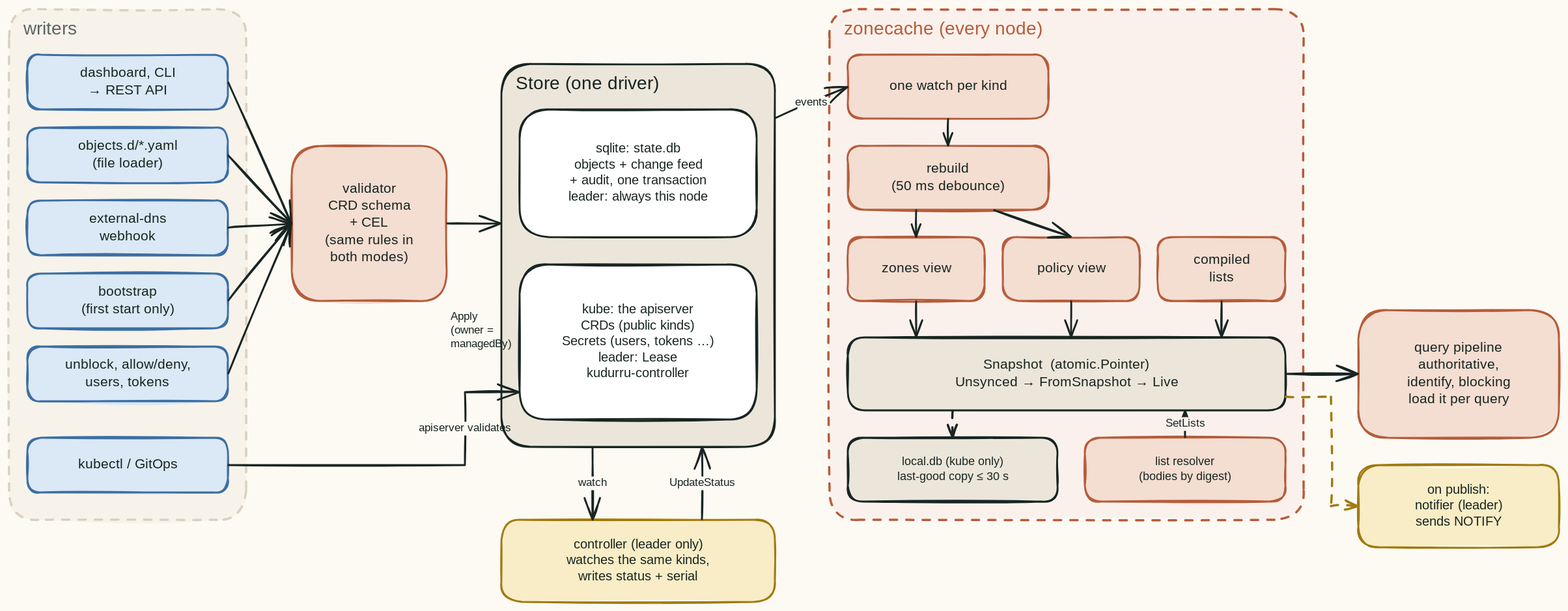
The Excalidraw diagram docs/architecture/diagrams/config-flow.excalidraw.svg in robertherbaugh/kudurru, before a commit. Source tidied: one line per element, renumbered; positions are measured from the earlier drawing's top-left corner, leaving out a move shared by most shapes. The source it was exported from:
```json
{"id": 0, "type": "rectangle", "strokeColor": "#D9D1C2", "backgroundColor": "#F7F3EA", "fillStyle": "solid", "strokeWidth": 2, "strokeStyle": "dashed", "roughness": 1, "round": true, "x": 0, "y": 0, "width": 260, "height": 560}
{"id": 1, "type": "text", "text": "writers", "strokeColor": "#5b6664", "strokeWidth": 2, "roughness": 1, "fontSize": 20, "fontFamily": 5, "x": 16, "y": 10, "width": 56, "height": 25}
{"id": 2, "type": "rectangle", "strokeColor": "#3b6ea5", "backgroundColor": "#dbe8f5", "fillStyle": "solid", "strokeWidth": 2, "roughness": 1, "round": true, "x": 20, "y": 50, "width": 220, "height": 60}
{"id": 3, "type": "rectangle", "strokeColor": "#3b6ea5", "backgroundColor": "#dbe8f5", "fillStyle": "solid", "strokeWidth": 2, "roughness": 1, "round": true, "x": 20, "y": 130, "width": 220, "height": 60}
{"id": 4, "type": "rectangle", "strokeColor": "#3b6ea5", "backgroundColor": "#dbe8f5", "fillStyle": "solid", "strokeWidth": 2, "roughness": 1, "round": true, "x": 20, "y": 210, "width": 220, "height": 60}
{"id": 5, "type": "rectangle", "strokeColor": "#3b6ea5", "backgroundColor": "#dbe8f5", "fillStyle": "solid", "strokeWidth": 2, "roughness": 1, "round": true, "x": 20, "y": 290, "width": 220, "height": 60}
{"id": 6, "type": "rectangle", "strokeColor": "#3b6ea5", "backgroundColor": "#dbe8f5", "fillStyle": "solid", "strokeWidth": 2, "roughness": 1, "round": true, "x": 20, "y": 370, "width": 220, "height": 60}
{"id": 7, "type": "rectangle", "strokeColor": "#3b6ea5", "backgroundColor": "#dbe8f5", "fillStyle": "solid", "strokeWidth": 2, "roughness": 1, "round": true, "x": 20, "y": 470, "width": 220, "height": 60}
{"id": 8, "type": "rectangle", "strokeColor": "#B65C3A", "backgroundColor": "#f4ddd1", "fillStyle": "solid", "strokeWidth": 2, "roughness": 1, "round": true, "x": 310, "y": 150, "width": 170, "height": 170}
{"id": 9, "type": "arrow", "strokeColor": "#182522", "strokeWidth": 2, "roughness": 1, "endArrowhead": "arrow", "to": 8, "x": 240, "y": 80, "width": 69, "height": 154, "points": [[0, 0], [69, 154]]}
{"id": 10, "type": "arrow", "strokeColor": "#182522", "strokeWidth": 2, "roughness": 1, "endArrowhead": "arrow", "to": 8, "x": 240, "y": 160, "width": 69, "height": 74, "points": [[0, 0], [69, 74]]}
{"id": 11, "type": "arrow", "strokeColor": "#182522", "strokeWidth": 2, "roughness": 1, "endArrowhead": "arrow", "to": 8, "x": 240, "y": 240, "width": 69, "height": 4, "points": [[0, 0], [69, -4]]}
{"id": 12, "type": "arrow", "strokeColor": "#182522", "strokeWidth": 2, "roughness": 1, "endArrowhead": "arrow", "to": 8, "x": 240, "y": 320, "width": 69, "height": 84, "points": [[0, 0], [69, -84]]}
{"id": 13, "type": "arrow", "strokeColor": "#182522", "strokeWidth": 2, "roughness": 1, "endArrowhead": "arrow", "to": 8, "x": 240, "y": 400, "width": 69, "height": 164, "points": [[0, 0], [69, -164]]}
{"id": 14, "type": "rectangle", "strokeColor": "#182522", "backgroundColor": "#ece6da", "fillStyle": "solid", "strokeWidth": 2, "roughness": 1, "round": true, "x": 540, "y": 60, "width": 300, "height": 420}
{"id": 15, "type": "text", "text": "Store (one driver)", "strokeColor": "#182522", "strokeWidth": 2, "roughness": 1, "fontSize": 20, "fontFamily": 5, "x": 556, "y": 70, "width": 142, "height": 25}
{"id": 16, "type": "rectangle", "strokeColor": "#182522", "backgroundColor": "#ffffff", "fillStyle": "solid", "strokeWidth": 2, "roughness": 1, "round": true, "x": 560, "y": 110, "width": 260, "height": 140}
{"id": 17, "type": "rectangle", "strokeColor": "#182522", "backgroundColor": "#ffffff", "fillStyle": "solid", "strokeWidth": 2, "roughness": 1, "round": true, "x": 560, "y": 280, "width": 260, "height": 170}
{"id": 18, "type": "arrow", "strokeColor": "#182522", "strokeWidth": 2, "roughness": 1, "endArrowhead": "arrow", "from": 8, "to": 14, "x": 480, "y": 235, "width": 59, "height": 0, "points": [[0, 0], [59, 0]]}
{"id": 19, "type": "text", "text": "Apply\n(owner =\nmanagedBy)", "strokeColor": "#182522", "strokeWidth": 2, "roughness": 1, "fontSize": 12, "fontFamily": 5, "x": 484, "y": 330, "width": 61, "height": 45}
{"id": 20, "type": "arrow", "strokeColor": "#182522", "strokeWidth": 2, "roughness": 1, "endArrowhead": "arrow", "from": 7, "to": 17, "x": 240, "y": 500, "width": 319, "height": 80, "points": [[0, 0], [260, 0], [260, -80], [319, -80]]}
{"id": 21, "type": "rectangle", "strokeColor": "#B65C3A", "backgroundColor": "#fbf1ec", "fillStyle": "solid", "strokeWidth": 2, "strokeStyle": "dashed", "roughness": 1, "round": true, "x": 900, "y": 0, "width": 520, "height": 560}
{"id": 22, "type": "text", "text": "zonecache (every node)", "strokeColor": "#B65C3A", "strokeWidth": 2, "roughness": 1, "fontSize": 20, "fontFamily": 5, "x": 916, "y": 10, "width": 190, "height": 25}
{"id": 23, "type": "rectangle", "strokeColor": "#B65C3A", "backgroundColor": "#f4ddd1", "fillStyle": "solid", "strokeWidth": 2, "roughness": 1, "round": true, "x": 920, "y": 50, "width": 220, "height": 70}
{"id": 24, "type": "rectangle", "strokeColor": "#B65C3A", "backgroundColor": "#f4ddd1", "fillStyle": "solid", "strokeWidth": 2, "roughness": 1, "round": true, "x": 920, "y": 150, "width": 220, "height": 70}
{"id": 25, "type": "rectangle", "strokeColor": "#B65C3A", "backgroundColor": "#f4ddd1", "fillStyle": "solid", "strokeWidth": 2, "roughness": 1, "round": true, "x": 920, "y": 250, "width": 150, "height": 70}
{"id": 26, "type": "rectangle", "strokeColor": "#B65C3A", "backgroundColor": "#f4ddd1", "fillStyle": "solid", "strokeWidth": 2, "roughness": 1, "round": true, "x": 1090, "y": 250, "width": 150, "height": 70}
{"id": 27, "type": "rectangle", "strokeColor": "#B65C3A", "backgroundColor": "#f4ddd1", "fillStyle": "solid", "strokeWidth": 2, "roughness": 1, "round": true, "x": 1260, "y": 250, "width": 140, "height": 70}
{"id": 28, "type": "rectangle", "strokeColor": "#182522", "backgroundColor": "#ece6da", "fillStyle": "solid", "strokeWidth": 2, "roughness": 1, "round": true, "x": 920, "y": 360, "width": 480, "height": 80}
{"id": 29, "type": "rectangle", "strokeColor": "#182522", "backgroundColor": "#ece6da", "fillStyle": "solid", "strokeWidth": 2, "roughness": 1, "round": true, "x": 920, "y": 470, "width": 230, "height": 70}
{"id": 30, "type": "rectangle", "strokeColor": "#B65C3A", "backgroundColor": "#f4ddd1", "fillStyle": "solid", "strokeWidth": 2, "roughness": 1, "round": true, "x": 1180, "y": 470, "width": 220, "height": 70}
{"id": 31, "type": "arrow", "strokeColor": "#182522", "strokeWidth": 2, "roughness": 1, "endArrowhead": "arrow", "from": 14, "to": 23, "x": 840, "y": 120, "width": 79, "height": 34, "points": [[0, 0], [79, -34]]}
{"id": 32, "type": "arrow", "strokeColor": "#182522", "strokeWidth": 2, "roughness": 1, "endArrowhead": "arrow", "from": 23, "to": 24, "x": 1030, "y": 120, "width": 0, "height": 29, "points": [[0, 0], [0, 29]]}
{"id": 33, "type": "arrow", "strokeColor": "#182522", "strokeWidth": 2, "roughness": 1, "endArrowhead": "arrow", "from": 24, "to": 25, "x": 995, "y": 220, "width": 0, "height": 29, "points": [[0, 0], [0, 29]]}
{"id": 34, "type": "arrow", "strokeColor": "#182522", "strokeWidth": 2, "roughness": 1, "endArrowhead": "arrow", "from": 24, "to": 26, "x": 1080, "y": 220, "width": 84, "height": 29, "points": [[0, 0], [84, 29]]}
{"id": 35, "type": "arrow", "strokeColor": "#182522", "strokeWidth": 2, "roughness": 1, "endArrowhead": "arrow", "from": 25, "to": 28, "x": 995, "y": 320, "width": 0, "height": 39, "points": [[0, 0], [0, 39]]}
{"id": 36, "type": "arrow", "strokeColor": "#182522", "strokeWidth": 2, "roughness": 1, "endArrowhead": "arrow", "from": 26, "to": 28, "x": 1165, "y": 320, "width": 0, "height": 39, "points": [[0, 0], [0, 39]]}
{"id": 37, "type": "arrow", "strokeColor": "#182522", "strokeWidth": 2, "roughness": 1, "endArrowhead": "arrow", "from": 27, "to": 28, "x": 1330, "y": 320, "width": 0, "height": 39, "points": [[0, 0], [0, 39]]}
{"id": 38, "type": "arrow", "strokeColor": "#182522", "strokeWidth": 2, "roughness": 1, "endArrowhead": "arrow", "from": 30, "to": 28, "x": 1290, "y": 470, "width": 0, "height": 29, "points": [[0, 0], [0, -29]]}
{"id": 39, "type": "arrow", "strokeColor": "#182522", "strokeWidth": 2, "strokeStyle": "dashed", "roughness": 1, "endArrowhead": "arrow", "from": 28, "to": 29, "x": 1035, "y": 440, "width": 0, "height": 29, "points": [[0, 0], [0, 29]]}
{"id": 40, "type": "rectangle", "strokeColor": "#B65C3A", "backgroundColor": "#f4ddd1", "fillStyle": "solid", "strokeWidth": 2, "roughness": 1, "round": true, "x": 1480, "y": 330, "width": 220, "height": 140}
{"id": 41, "type": "arrow", "strokeColor": "#182522", "strokeWidth": 2, "roughness": 1, "endArrowhead": "arrow", "from": 28, "to": 40, "x": 1400, "y": 400, "width": 79, "height": 0, "points": [[0, 0], [79, 0]]}
{"id": 42, "type": "rectangle", "strokeColor": "#a07a10", "backgroundColor": "#f8edc6", "fillStyle": "solid", "strokeWidth": 2, "roughness": 1, "round": true, "x": 1480, "y": 500, "width": 220, "height": 90}
{"id": 43, "type": "arrow", "strokeColor": "#a07a10", "strokeWidth": 2, "strokeStyle": "dashed", "roughness": 1, "endArrowhead": "arrow", "from": 28, "to": 42, "x": 1400, "y": 425, "width": 79, "height": 120, "points": [[0, 0], [50, 0], [50, 120], [79, 120]]}
{"id": 44, "type": "rectangle", "strokeColor": "#a07a10", "backgroundColor": "#f8edc6", "fillStyle": "solid", "strokeWidth": 2, "roughness": 1, "round": true, "x": 540, "y": 560, "width": 300, "height": 90}
{"id": 45, "type": "arrow", "strokeColor": "#182522", "strokeWidth": 2, "roughness": 1, "endArrowhead": "arrow", "from": 14, "to": 44, "x": 640, "y": 480, "width": 0, "height": 79, "points": [[0, 0], [0, 79]]}
{"id": 46, "type": "arrow", "strokeColor": "#182522", "strokeWidth": 2, "roughness": 1, "endArrowhead": "arrow", "from": 44, "to": 14, "x": 760, "y": 560, "width": 0, "height": 79, "points": [[0, 0], [0, -79]]}
{"id": 47, "type": "text", "text": "dashboard, CLI\n→ REST API", "strokeColor": "#182522", "strokeWidth": 2, "roughness": 1, "fontSize": 15, "fontFamily": 5, "textAlign": "center", "verticalAlign": "middle", "inside": 2, "x": 83, "y": 61, "width": 93, "height": 38}
{"id": 48, "type": "text", "text": "objects.d/*.yaml\n(file loader)", "strokeColor": "#182522", "strokeWidth": 2, "roughness": 1, "fontSize": 15, "fontFamily": 5, "textAlign": "center", "verticalAlign": "middle", "inside": 3, "x": 80, "y": 141, "width": 99, "height": 38}
{"id": 49, "type": "text", "text": "external-dns\nwebhook", "strokeColor": "#182522", "strokeWidth": 2, "roughness": 1, "fontSize": 15, "fontFamily": 5, "textAlign": "center", "verticalAlign": "middle", "inside": 4, "x": 93, "y": 221, "width": 74, "height": 38}
{"id": 50, "type": "text", "text": "bootstrap\n(first start only)", "strokeColor": "#182522", "strokeWidth": 2, "roughness": 1, "fontSize": 15, "fontFamily": 5, "textAlign": "center", "verticalAlign": "middle", "inside": 5, "x": 83, "y": 301, "width": 94, "height": 38}
{"id": 51, "type": "text", "text": "unblock, allow/deny,\nusers, tokens", "strokeColor": "#182522", "strokeWidth": 2, "roughness": 1, "fontSize": 15, "fontFamily": 5, "textAlign": "center", "verticalAlign": "middle", "inside": 6, "x": 67, "y": 381, "width": 125, "height": 38}
{"id": 52, "type": "text", "text": "kubectl / GitOps", "strokeColor": "#182522", "strokeWidth": 2, "roughness": 1, "fontSize": 15, "fontFamily": 5, "textAlign": "center", "verticalAlign": "middle", "inside": 7, "x": 80, "y": 491, "width": 99, "height": 19}
{"id": 53, "type": "text", "text": "validator\nCRD schema\n+ CEL\n(same rules in\nboth modes)", "strokeColor": "#182522", "strokeWidth": 2, "roughness": 1, "fontSize": 15, "fontFamily": 5, "textAlign": "center", "verticalAlign": "middle", "inside": 8, "x": 353, "y": 188, "width": 84, "height": 94}
{"id": 54, "type": "text", "text": "sqlite: state.db\nobjects + change feed\n+ audit, one transaction\nleader: always this node", "strokeColor": "#182522", "strokeWidth": 2, "roughness": 1, "fontSize": 14, "fontFamily": 5, "textAlign": "center", "verticalAlign": "middle", "inside": 16, "x": 623, "y": 145, "width": 135, "height": 70}
{"id": 55, "type": "text", "text": "kube: the apiserver\nCRDs (public kinds)\nSecrets (users, tokens …)\nleader: Lease\nkudurru-controller", "strokeColor": "#182522", "strokeWidth": 2, "roughness": 1, "fontSize": 14, "fontFamily": 5, "textAlign": "center", "verticalAlign": "middle", "inside": 17, "x": 618, "y": 321, "width": 143, "height": 88}
{"id": 56, "type": "text", "text": "apiserver validates", "strokeColor": "#182522", "strokeWidth": 2, "roughness": 1, "fontSize": 12, "fontFamily": 5, "textAlign": "center", "verticalAlign": "middle", "inside": 20, "x": 455, "y": 452, "width": 90, "height": 15}
{"id": 57, "type": "text", "text": "one watch per kind", "strokeColor": "#182522", "strokeWidth": 2, "roughness": 1, "fontSize": 15, "fontFamily": 5, "textAlign": "center", "verticalAlign": "middle", "inside": 23, "x": 973, "y": 76, "width": 115, "height": 19}
{"id": 58, "type": "text", "text": "rebuild\n(50 ms debounce)", "strokeColor": "#182522", "strokeWidth": 2, "roughness": 1, "fontSize": 15, "fontFamily": 5, "textAlign": "center", "verticalAlign": "middle", "inside": 24, "x": 976, "y": 166, "width": 107, "height": 38}
{"id": 59, "type": "text", "text": "zones view", "strokeColor": "#182522", "strokeWidth": 2, "roughness": 1, "fontSize": 15, "fontFamily": 5, "textAlign": "center", "verticalAlign": "middle", "inside": 25, "x": 961, "y": 276, "width": 67, "height": 19}
{"id": 60, "type": "text", "text": "policy view", "strokeColor": "#182522", "strokeWidth": 2, "roughness": 1, "fontSize": 15, "fontFamily": 5, "textAlign": "center", "verticalAlign": "middle", "inside": 26, "x": 1130, "y": 276, "width": 70, "height": 19}
{"id": 61, "type": "text", "text": "compiled\nlists", "strokeColor": "#182522", "strokeWidth": 2, "roughness": 1, "fontSize": 15, "fontFamily": 5, "textAlign": "center", "verticalAlign": "middle", "inside": 27, "x": 1302, "y": 266, "width": 56, "height": 38}
{"id": 62, "type": "text", "text": "Snapshot  (atomic.Pointer)\nUnsynced → FromSnapshot → Live", "strokeColor": "#182522", "strokeWidth": 2, "roughness": 1, "fontSize": 15, "fontFamily": 5, "textAlign": "center", "verticalAlign": "middle", "inside": 28, "x": 1050, "y": 381, "width": 220, "height": 38}
{"id": 63, "type": "text", "text": "local.db (kube only)\nlast-good copy ≤ 30 s", "strokeColor": "#182522", "strokeWidth": 2, "roughness": 1, "fontSize": 13, "fontFamily": 5, "textAlign": "center", "verticalAlign": "middle", "inside": 29, "x": 979, "y": 489, "width": 112, "height": 32}
{"id": 64, "type": "text", "text": "list resolver\n(bodies by digest)", "strokeColor": "#182522", "strokeWidth": 2, "roughness": 1, "fontSize": 13, "fontFamily": 5, "textAlign": "center", "verticalAlign": "middle", "inside": 30, "x": 1243, "y": 489, "width": 93, "height": 32}
{"id": 65, "type": "text", "text": "events", "strokeColor": "#182522", "strokeWidth": 2, "roughness": 1, "fontSize": 12, "fontFamily": 5, "textAlign": "center", "verticalAlign": "middle", "inside": 31, "x": 865, "y": 95, "width": 31, "height": 15}
{"id": 66, "type": "text", "text": "SetLists", "strokeColor": "#182522", "strokeWidth": 2, "roughness": 1, "fontSize": 12, "fontFamily": 5, "textAlign": "center", "verticalAlign": "middle", "inside": 38, "x": 1271, "y": 448, "width": 39, "height": 15}
{"id": 67, "type": "text", "text": "query pipeline\nauthoritative,\nidentify, blocking\nload it per query", "strokeColor": "#182522", "strokeWidth": 2, "roughness": 1, "fontSize": 15, "fontFamily": 5, "textAlign": "center", "verticalAlign": "middle", "inside": 40, "x": 1537, "y": 362, "width": 106, "height": 75}
{"id": 68, "type": "text", "text": "on publish:\nnotifier (leader)\nsends NOTIFY", "strokeColor": "#182522", "strokeWidth": 2, "roughness": 1, "fontSize": 14, "fontFamily": 5, "textAlign": "center", "verticalAlign": "middle", "inside": 42, "x": 1546, "y": 519, "width": 88, "height": 52}
{"id": 69, "type": "text", "text": "controller (leader only)\nwatches the same kinds,\nwrites status + serial", "strokeColor": "#182522", "strokeWidth": 2, "roughness": 1, "fontSize": 14, "fontFamily": 5, "textAlign": "center", "verticalAlign": "middle", "inside": 44, "x": 622, "y": 579, "width": 135, "height": 52}
{"id": 70, "type": "text", "text": "watch", "strokeColor": "#182522", "strokeWidth": 2, "roughness": 1, "fontSize": 12, "fontFamily": 5, "textAlign": "center", "verticalAlign": "middle", "inside": 45, "x": 626, "y": 512, "width": 29, "height": 15}
{"id": 71, "type": "text", "text": "UpdateStatus", "strokeColor": "#182522", "strokeWidth": 2, "roughness": 1, "fontSize": 12, "fontFamily": 5, "textAlign": "center", "verticalAlign": "middle", "inside": 46, "x": 728, "y": 512, "width": 64, "height": 15}
```
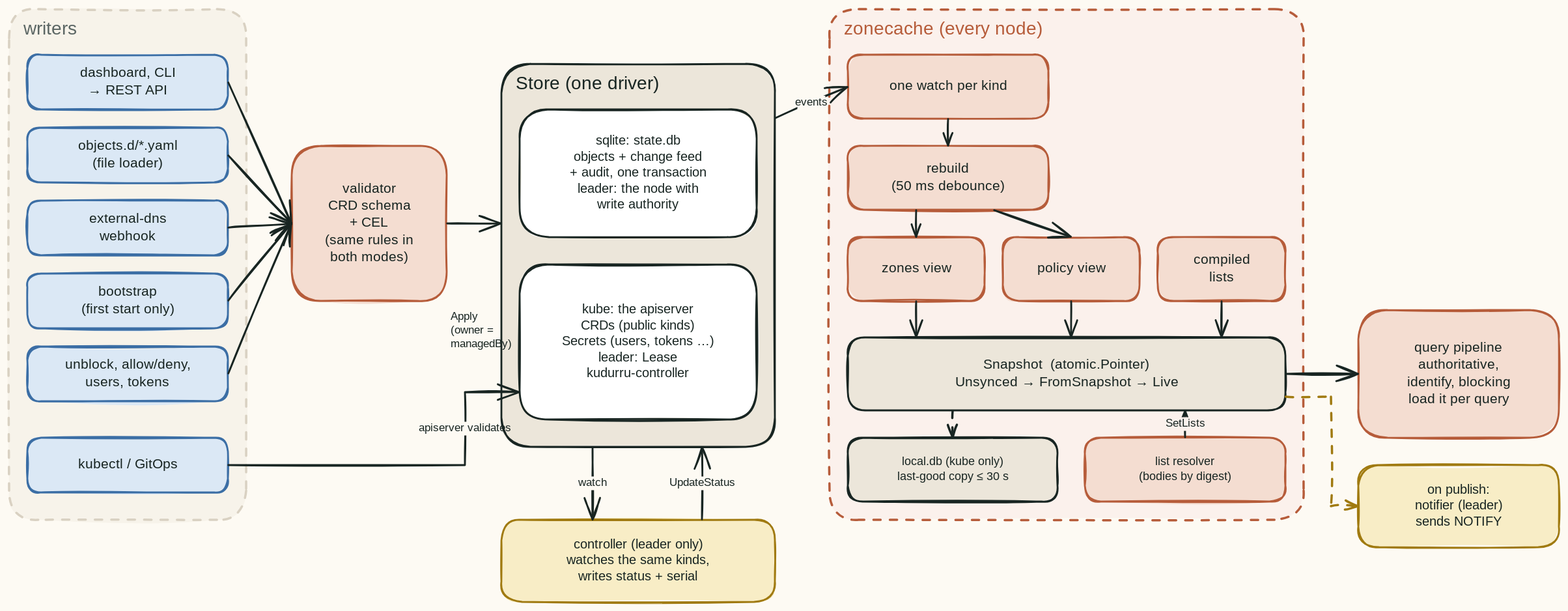
After the commit.

Diff of the diagram source:
```diff
@@ -52,7 +52,7 @@
 {"id": 51, "type": "text", "text": "unblock, allow/deny,\nusers, tokens", "strokeColor": "#182522", "strokeWidth": 2, "roughness": 1, "fontSize": 15, "fontFamily": 5, "textAlign": "center", "verticalAlign": "middle", "inside": 6, "x": 67, "y": 381, "width": 125, "height": 38}
 {"id": 52, "type": "text", "text": "kubectl / GitOps", "strokeColor": "#182522", "strokeWidth": 2, "roughness": 1, "fontSize": 15, "fontFamily": 5, "textAlign": "center", "verticalAlign": "middle", "inside": 7, "x": 80, "y": 491, "width": 99, "height": 19}
 {"id": 53, "type": "text", "text": "validator\nCRD schema\n+ CEL\n(same rules in\nboth modes)", "strokeColor": "#182522", "strokeWidth": 2, "roughness": 1, "fontSize": 15, "fontFamily": 5, "textAlign": "center", "verticalAlign": "middle", "inside": 8, "x": 353, "y": 188, "width": 84, "height": 94}
-{"id": 54, "type": "text", "text": "sqlite: state.db\nobjects + change feed\n+ audit, one transaction\nleader: always this node", "strokeColor": "#182522", "strokeWidth": 2, "roughness": 1, "fontSize": 14, "fontFamily": 5, "textAlign": "center", "verticalAlign": "middle", "inside": 16, "x": 623, "y": 145, "width": 135, "height": 70}
+{"id": 54, "type": "text", "text": "sqlite: state.db\nobjects + change feed\n+ audit, one transaction\nleader: the node with\nwrite authority", "strokeColor": "#182522", "strokeWidth": 2, "roughness": 1, "fontSize": 14, "fontFamily": 5, "textAlign": "center", "verticalAlign": "middle", "inside": 16, "x": 608, "y": 136, "width": 165, "height": 88}
 {"id": 55, "type": "text", "text": "kube: the apiserver\nCRDs (public kinds)\nSecrets (users, tokens …)\nleader: Lease\nkudurru-controller", "strokeColor": "#182522", "strokeWidth": 2, "roughness": 1, "fontSize": 14, "fontFamily": 5, "textAlign": "center", "verticalAlign": "middle", "inside": 17, "x": 618, "y": 321, "width": 143, "height": 88}
 {"id": 56, "type": "text", "text": "apiserver validates", "strokeColor": "#182522", "strokeWidth": 2, "roughness": 1, "fontSize": 12, "fontFamily": 5, "textAlign": "center", "verticalAlign": "middle", "inside": 20, "x": 455, "y": 452, "width": 90, "height": 15}
 {"id": 57, "type": "text", "text": "one watch per kind", "strokeColor": "#182522", "strokeWidth": 2, "roughness": 1, "fontSize": 15, "fontFamily": 5, "textAlign": "center", "verticalAlign": "middle", "inside": 23, "x": 973, "y": 76, "width": 115, "height": 19}
```
